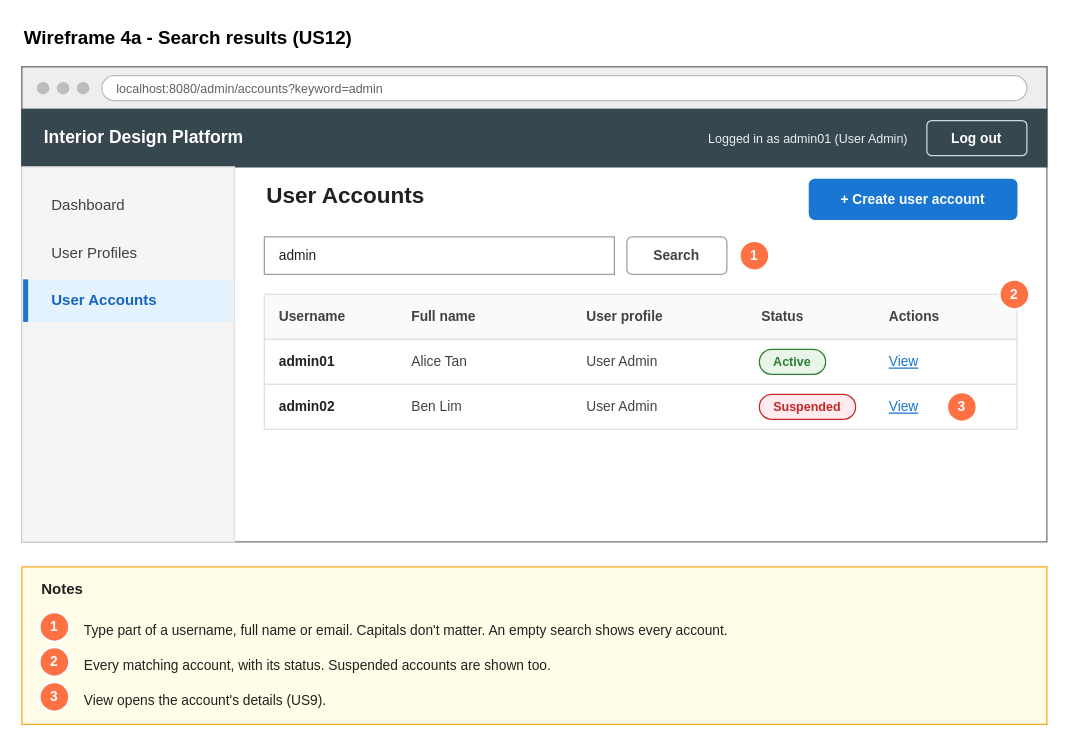
Before: page "4a Wireframe - Search results" (2 of 5) of Sprint_1/US12 - Search User Account/US12 Search user account.drawio in Hanzxc/CSIT314-ARCHSS, a draw.io diagram. Source tidied: cells renumbered, new cells numbered last; positions are measured from the earlier drawing's top-left corner, leaving out a move shared by most shapes. Both pictures are drawn from the tidied source at 125%, with x=0, y=0 at pixel (21, 21).
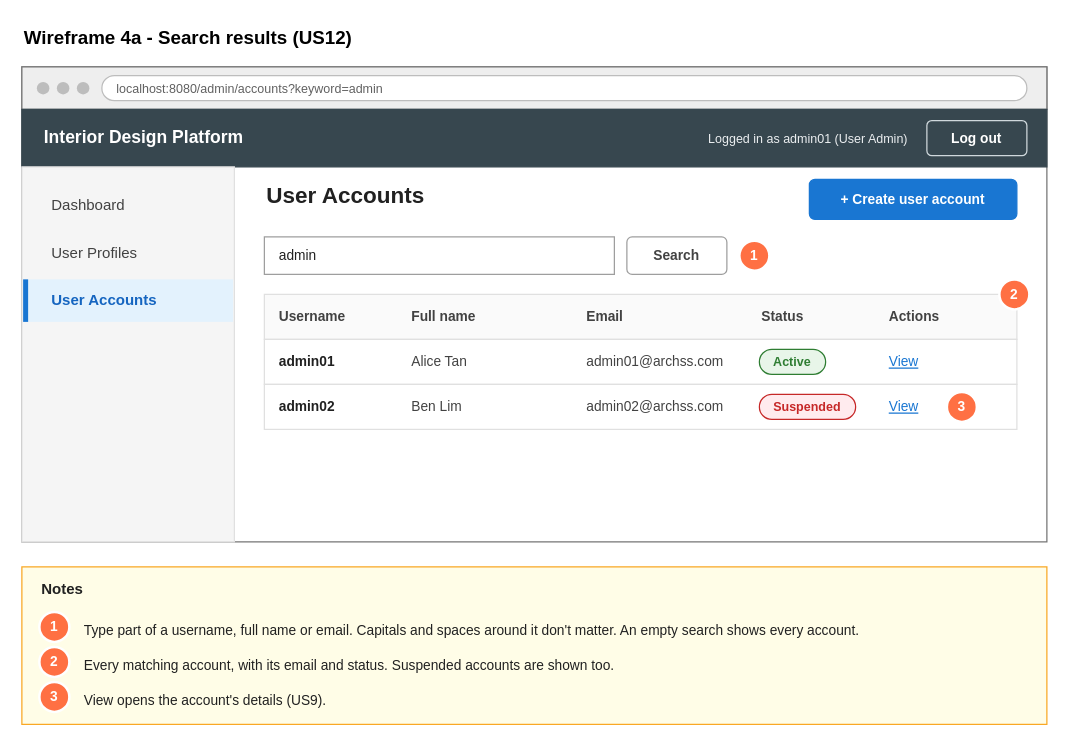
The same page after the edit.

What changed in the source:
```diff
@@
-    <mxCell id="26" value="User profile" style="text;html=1;strokeColor=none;fillColor=none;align=left;verticalAlign=middle;whiteSpace=nowrap;fontSize=11;fontColor=#424242;spacingLeft=0;spacingRight=0;fontStyle=1;" parent="1" vertex="1">
-      <mxGeometry x="450" y="227" width="72" height="18" as="geometry" />
+    <mxCell id="26" value="Email" style="text;html=1;strokeColor=none;fillColor=none;align=left;verticalAlign=middle;whiteSpace=nowrap;fontSize=11;fontColor=#424242;spacingLeft=0;spacingRight=0;fontStyle=1;" parent="1" vertex="1">
+      <mxGeometry x="450" y="227" width="32" height="18" as="geometry" />
     </mxCell>
@@
-    <mxCell id="32" value="User Admin" style="text;html=1;strokeColor=none;fillColor=none;align=left;verticalAlign=middle;whiteSpace=nowrap;fontSize=11;fontColor=#424242;spacingLeft=0;spacingRight=0;" parent="1" vertex="1">
-      <mxGeometry x="450" y="263" width="61" height="18" as="geometry" />
+    <mxCell id="32" value="admin01@archss.com" style="text;html=1;strokeColor=none;fillColor=none;align=left;verticalAlign=middle;whiteSpace=nowrap;fontSize=11;fontColor=#424242;spacingLeft=0;spacingRight=0;" parent="1" vertex="1">
+      <mxGeometry x="450" y="263" width="110" height="18" as="geometry" />
     </mxCell>
@@
-    <mxCell id="38" value="User Admin" style="text;html=1;strokeColor=none;fillColor=none;align=left;verticalAlign=middle;whiteSpace=nowrap;fontSize=11;fontColor=#424242;spacingLeft=0;spacingRight=0;" parent="1" vertex="1">
-      <mxGeometry x="450" y="299" width="61" height="18" as="geometry" />
+    <mxCell id="38" value="admin02@archss.com" style="text;html=1;strokeColor=none;fillColor=none;align=left;verticalAlign=middle;whiteSpace=nowrap;fontSize=11;fontColor=#424242;spacingLeft=0;spacingRight=0;" parent="1" vertex="1">
+      <mxGeometry x="450" y="299" width="110" height="18" as="geometry" />
     </mxCell>
@@
-    <mxCell id="47" value="Type part of a username, full name or email. Capitals don't matter. An empty search shows every account." style="text;html=1;strokeColor=none;fillColor=none;align=left;verticalAlign=top;whiteSpace=wrap;fontSize=11;fontColor=#212121;spacingLeft=0;spacingRight=0;" parent="1" vertex="1">
+    <mxCell id="47" value="Type part of a username, full name or email. Capitals and spaces around it don't matter. An empty search shows every account." style="text;html=1;strokeColor=none;fillColor=none;align=left;verticalAlign=top;whiteSpace=wrap;fontSize=11;fontColor=#212121;spacingLeft=0;spacingRight=0;" parent="1" vertex="1">
       <mxGeometry x="48" y="474" width="756" height="20" as="geometry" />
     </mxCell>
@@
-    <mxCell id="49" value="Every matching account, with its status. Suspended accounts are shown too." style="text;html=1;strokeColor=none;fillColor=none;align=left;verticalAlign=top;whiteSpace=wrap;fontSize=11;fontColor=#212121;spacingLeft=0;spacingRight=0;" parent="1" vertex="1">
+    <mxCell id="49" value="Every matching account, with its email and status. Suspended accounts are shown too." style="text;html=1;strokeColor=none;fillColor=none;align=left;verticalAlign=top;whiteSpace=wrap;fontSize=11;fontColor=#212121;spacingLeft=0;spacingRight=0;" parent="1" vertex="1">
       <mxGeometry x="48" y="502" width="756" height="20" as="geometry" />
     </mxCell>
```
